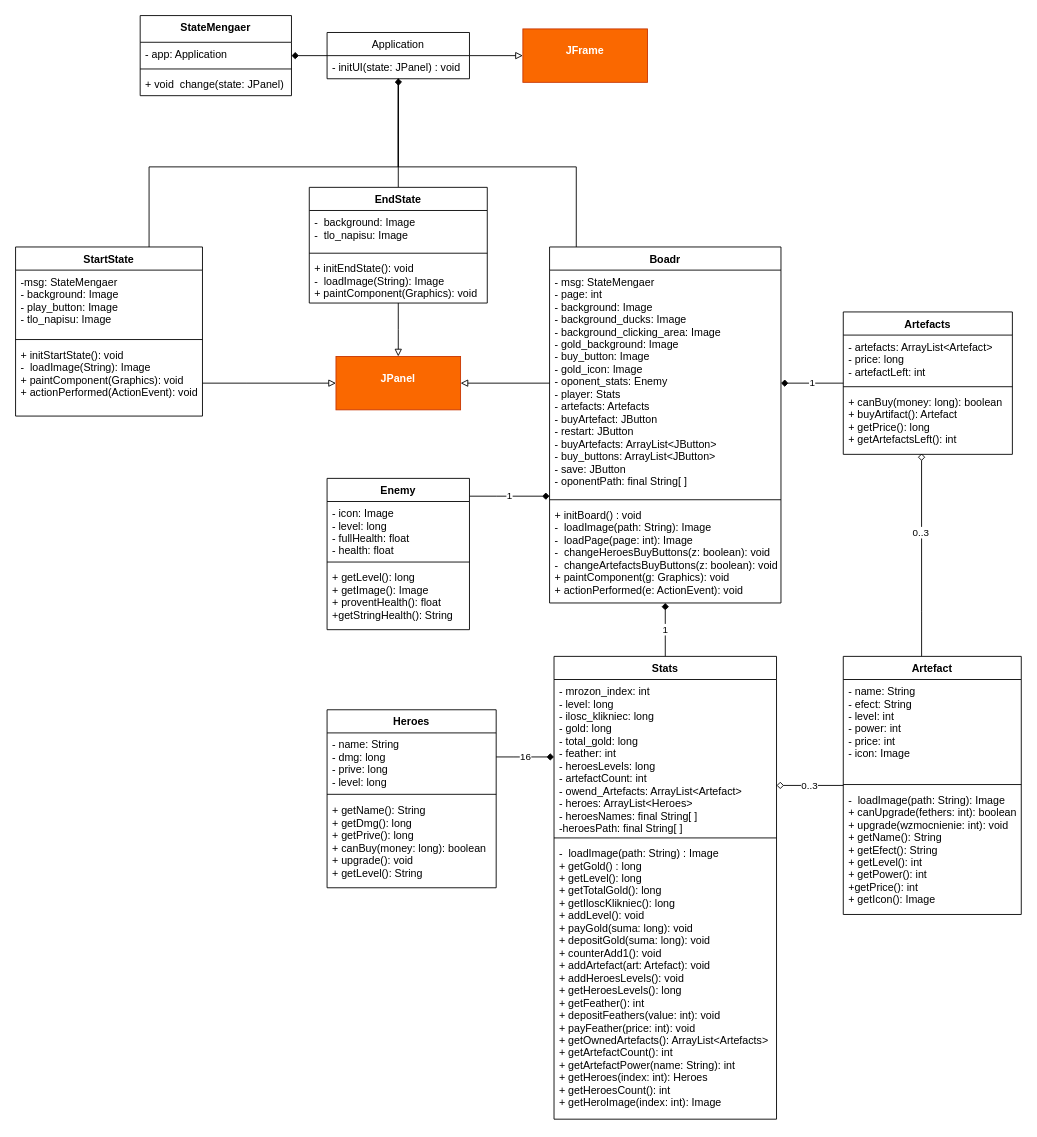
This is uml.drawio from bullyhunter1917/Duck_Clicker_Java, a draw.io file, before an edit. Source tidied: cells renumbered, new cells numbered last; positions are measured from the earlier drawing's top-left corner, leaving out a move shared by most shapes. Both pictures are drawn from the tidied source at 89%, with x=0, y=0 at pixel (15, 15).
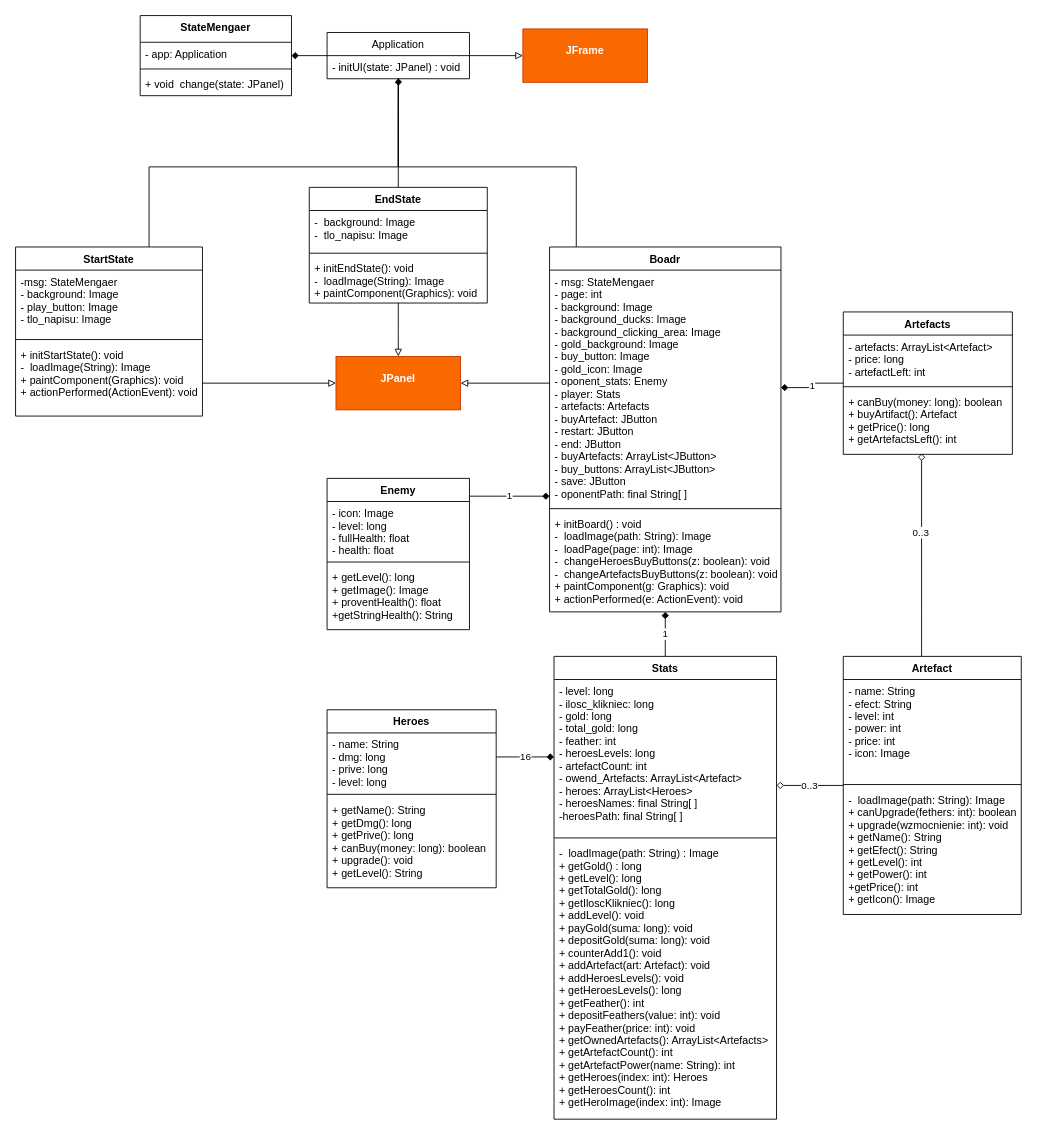
The same page after the edit.

The change refers to these unchanged cells:
```xml
<mxCell id="17" value="Stats" style="swimlane;fontStyle=1;align=center;verticalAlign=top;horizontal=1;startSize=26;" parent="1" vertex="1">
  <mxGeometry x="605" y="720" width="250" height="520" as="geometry" />
</mxCell>
<mxCell id="48" value="&lt;p style=&quot;margin: 0px ; margin-top: 4px ; text-align: center&quot;&gt;&lt;br&gt;&lt;b&gt;JPanel&lt;/b&gt;&lt;/p&gt;&lt;p style=&quot;margin: 0px ; margin-top: 4px ; text-align: center&quot;&gt;&lt;b&gt;&lt;br&gt;&lt;/b&gt;&lt;/p&gt;" style="verticalAlign=top;align=left;overflow=fill;fontSize=12;fontFamily=Helvetica;html=1;fillColor=#fa6800;strokeColor=#C73500;fontColor=#ffffff;" parent="1" vertex="1">
  <mxGeometry x="360" y="383" width="140" height="60" as="geometry" />
</mxCell>
```

Change to the diagram source:
```diff
@@
     <mxCell id="12" value="Boadr" style="swimlane;fontStyle=1;align=center;verticalAlign=top;horizontal=1;startSize=26;" parent="1" vertex="1">
-      <mxGeometry x="600" y="260" width="260" height="400" as="geometry" />
+      <mxGeometry x="600" y="260" width="260" height="410" as="geometry" />
     </mxCell>
-    <mxCell id="13" value="- msg: StateMengaer&#10;- page: int&#10;- background: Image&#10;- background_ducks: Image&#10;- background_clicking_area: Image&#10;- gold_background: Image&#10;- buy_button: Image&#10;- gold_icon: Image&#10;- oponent_stats: Enemy&#10;- player: Stats&#10;- artefacts: Artefacts&#10;- buyArtefact: JButton&#10;- restart: JButton&#10;- buyArtefacts: ArrayList&lt;JButton&gt;&#10;- buy_buttons: ArrayList&lt;JButton&gt;&#10;- save: JButton&#10;- oponentPath: final String[ ]" style="text;strokeColor=none;fillColor=none;align=left;verticalAlign=top;spacingLeft=4;spacingRight=4;overflow=hidden;points=[[0,0.5],[1,0.5]];portConstraint=eastwest;" parent="12" vertex="1">
-      <mxGeometry y="26" width="260" height="254" as="geometry" />
+    <mxCell id="13" value="- msg: StateMengaer&#10;- page: int&#10;- background: Image&#10;- background_ducks: Image&#10;- background_clicking_area: Image&#10;- gold_background: Image&#10;- buy_button: Image&#10;- gold_icon: Image&#10;- oponent_stats: Enemy&#10;- player: Stats&#10;- artefacts: Artefacts&#10;- buyArtefact: JButton&#10;- restart: JButton&#10;- end: JButton&#10;- buyArtefacts: ArrayList&lt;JButton&gt;&#10;- buy_buttons: ArrayList&lt;JButton&gt;&#10;- save: JButton&#10;- oponentPath: final String[ ]" style="text;strokeColor=none;fillColor=none;align=left;verticalAlign=top;spacingLeft=4;spacingRight=4;overflow=hidden;points=[[0,0.5],[1,0.5]];portConstraint=eastwest;" parent="12" vertex="1">
+      <mxGeometry y="26" width="260" height="264" as="geometry" />
     </mxCell>
     <mxCell id="14" style="line;strokeWidth=1;fillColor=none;align=left;verticalAlign=middle;spacingTop=-1;spacingLeft=3;spacingRight=3;labelPosition=right;" parent="12" vertex="1">
-      <mxGeometry y="280" width="260" height="8" as="geometry" />
+      <mxGeometry y="290" width="260" height="8" as="geometry" />
     </mxCell>
     <mxCell id="15" value="+ initBoard() : void&#10;-  loadImage(path: String): Image&#10;-  loadPage(page: int): Image&#10;-  changeHeroesBuyButtons(z: boolean): void&#10;-  changeArtefactsBuyButtons(z: boolean): void&#10;+ paintComponent(g: Graphics): void&#10;+ actionPerformed(e: ActionEvent): void" style="text;strokeColor=none;fillColor=none;align=left;verticalAlign=top;spacingLeft=4;spacingRight=4;overflow=hidden;" parent="12" vertex="1">
-      <mxGeometry y="288" width="260" height="112" as="geometry" />
+      <mxGeometry y="298" width="260" height="112" as="geometry" />
     </mxCell>
@@
-    <mxCell id="18" value="- mrozon_index: int&#10;- level: long&#10;- ilosc_klikniec: long&#10;- gold: long&#10;- total_gold: long&#10;- feather: int&#10;- heroesLevels: long&#10;- artefactCount: int&#10;- owend_Artefacts: ArrayList&lt;Artefact&gt;&#10;- heroes: ArrayList&lt;Heroes&gt;&#10;- heroesNames: final String[ ]&#10;-heroesPath: final String[ ]" style="text;strokeColor=none;fillColor=none;align=left;verticalAlign=top;spacingLeft=4;spacingRight=4;overflow=hidden;points=[[0,0.5],[1,0.5]];portConstraint=eastwest;" parent="17" vertex="1">
+    <mxCell id="18" value="- level: long&#10;- ilosc_klikniec: long&#10;- gold: long&#10;- total_gold: long&#10;- feather: int&#10;- heroesLevels: long&#10;- artefactCount: int&#10;- owend_Artefacts: ArrayList&lt;Artefact&gt;&#10;- heroes: ArrayList&lt;Heroes&gt;&#10;- heroesNames: final String[ ]&#10;-heroesPath: final String[ ]" style="text;strokeColor=none;fillColor=none;align=left;verticalAlign=top;spacingLeft=4;spacingRight=4;overflow=hidden;points=[[0,0.5],[1,0.5]];portConstraint=eastwest;" parent="17" vertex="1">
       <mxGeometry y="26" width="250" height="174" as="geometry" />
     </mxCell>
@@
     <mxCell id="55" style="edgeStyle=orthogonalEdgeStyle;rounded=0;jettySize=auto;html=1;entryX=1;entryY=0.5;entryDx=0;entryDy=0;endArrow=block;endFill=0;" parent="1" edge="1" source="13" target="48">
-      <mxGeometry relative="1" as="geometry" />
+      <mxGeometry relative="1" as="geometry">
+        <Array as="points">
+          <mxPoint x="570" y="413" />
+          <mxPoint x="570" y="413" />
+        </Array>
+      </mxGeometry>
     </mxCell>
```
